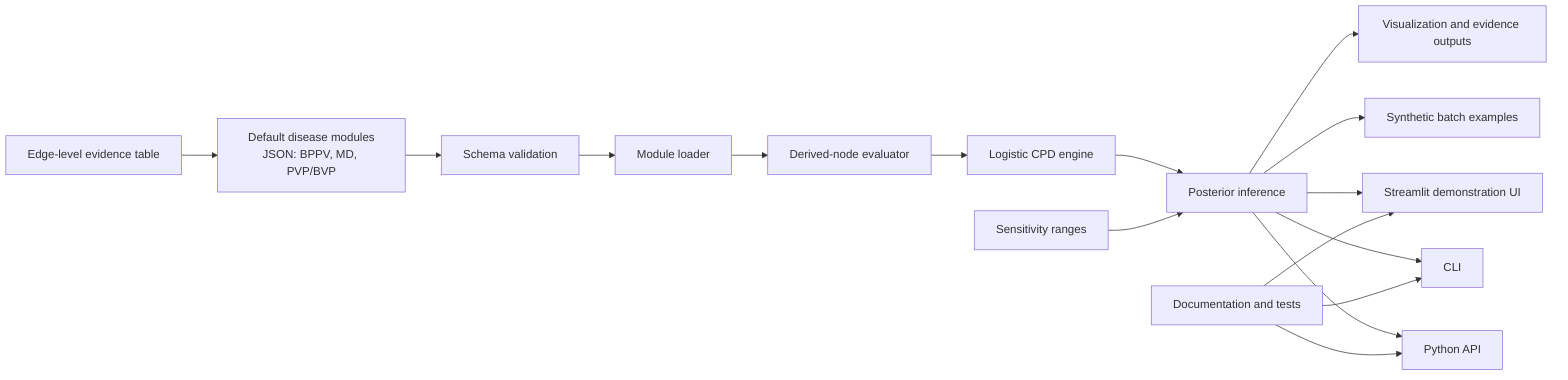
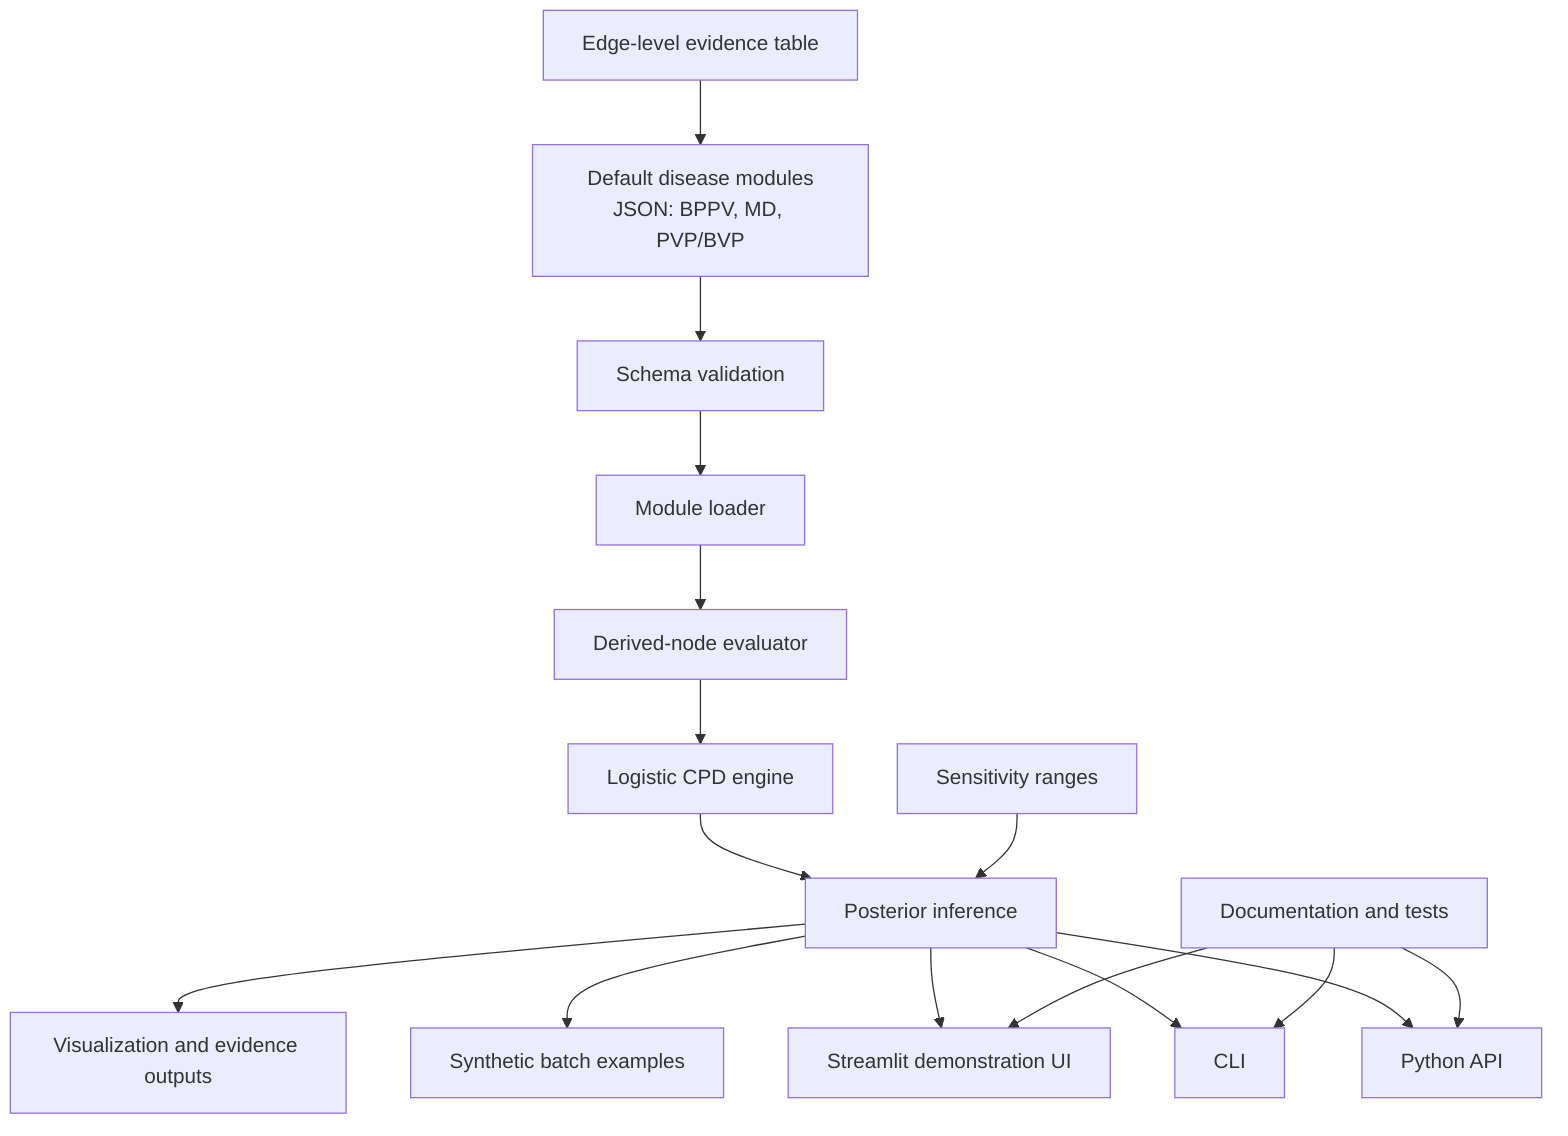
- flowchart LR
-     A[Default disease modules\nJSON: BPPV, MD, PVP/BVP] --> B[Schema validation]
-     B --> C[Module loader]
-     C --> D[Derived-node evaluator]
-     D --> E[Logistic CPD engine]
-     E --> F[Posterior inference]
-     F --> G1[Python API]
-     F --> G2[CLI]
-     F --> G3[Synthetic batch examples]
-     F --> G4[Streamlit demonstration UI]
-     F --> H[Visualization and evidence outputs]
- 
-     I[Edge-level evidence table] --> A
-     J[Sensitivity ranges] --> F
-     K[Documentation and tests] --> G1
-     K --> G2
-     K --> G4
+ flowchart TB
+     A["Default disease modules\nJSON: BPPV, MD, PVP/BVP"] --> B["Schema validation"]
+     B --> C["Module loader"]
+     C --> D["Derived-node evaluator"]
+     D --> E["Logistic CPD engine"]
+     E --> F["Posterior inference"]
+     F --> G1["Python API"] & G2["CLI"] & G3["Synthetic batch examples"] & G4["Streamlit demonstration UI"] & H["Visualization and evidence outputs"]
+     I["Edge-level evidence table"] --> A
+     J["Sensitivity ranges"] --> F
+     K["Documentation and tests"] --> G1 & G2 & G4
